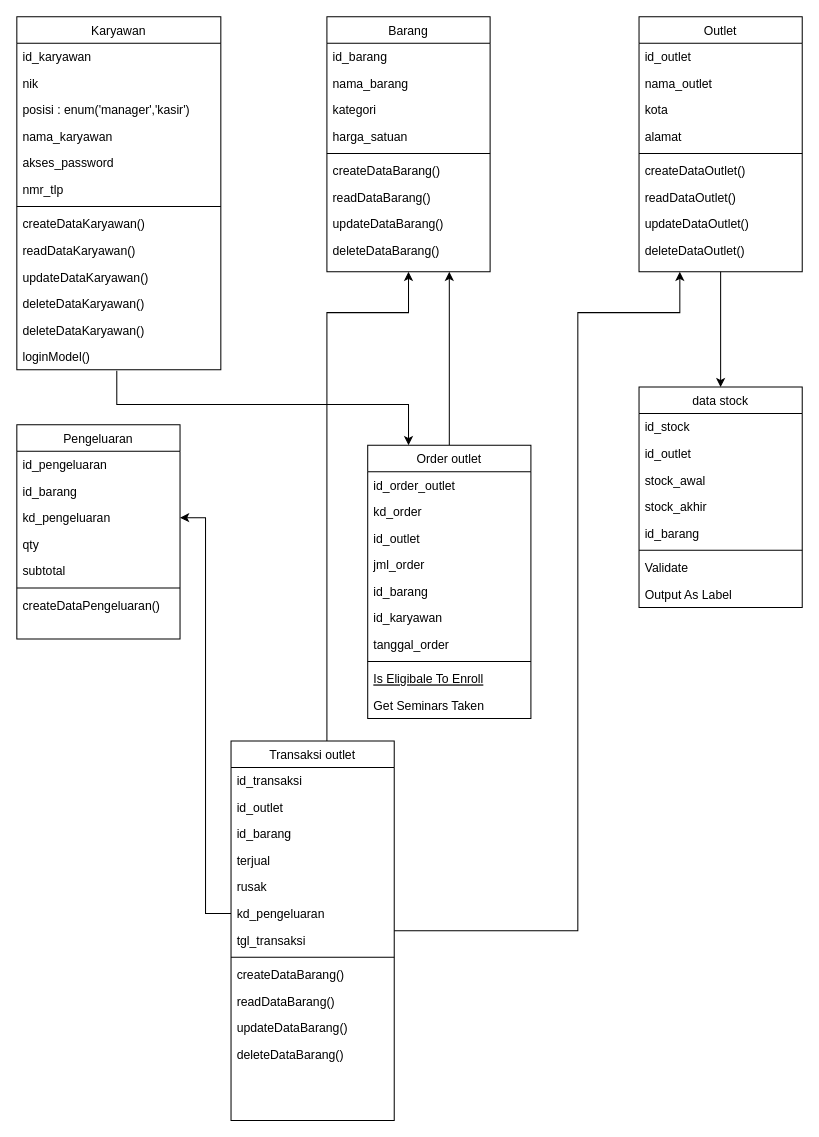
Earlier version of the draw.io diagram diagram/class_diagram.drawio (mqnoy/kakapeh). Source tidied: cells renumbered, new cells numbered last; positions are measured from the earlier drawing's top-left corner, leaving out a move shared by most shapes. Both pictures are drawn from the tidied source at 102%, with x=0, y=0 at pixel (16, 16).
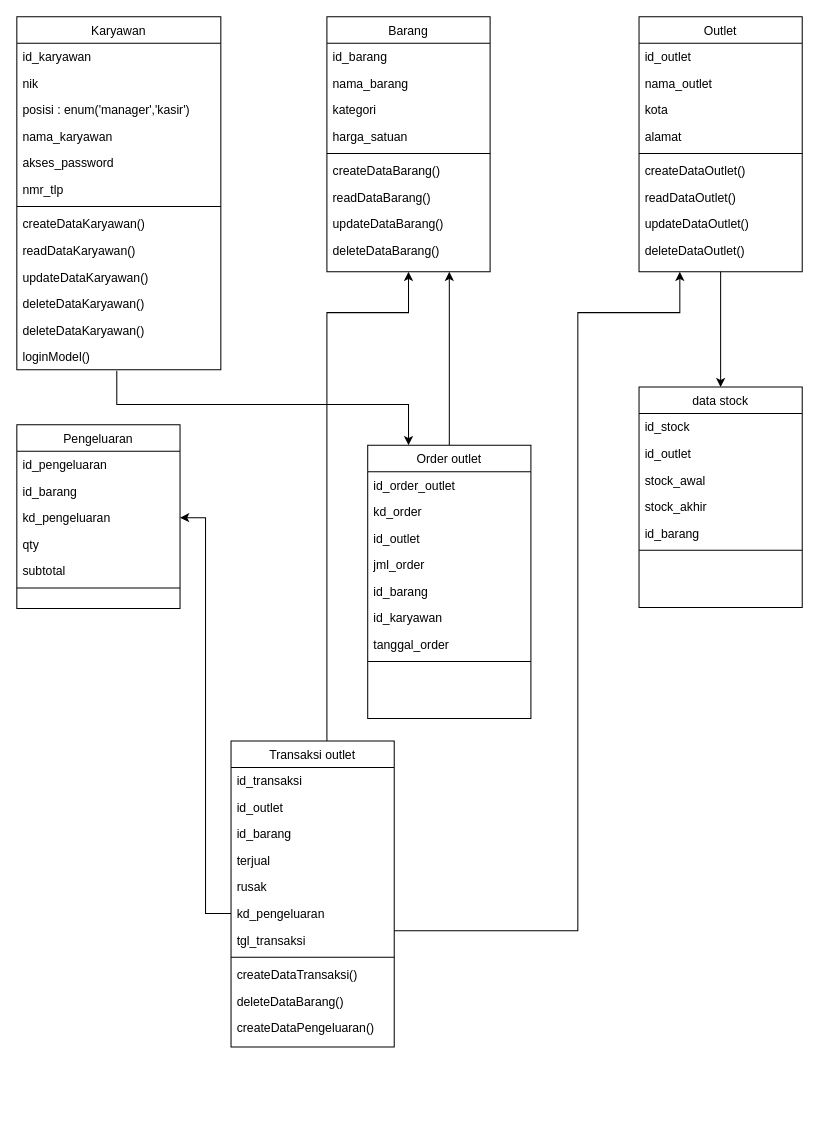
The same page after the edit.

The change refers to these unchanged cells:
```xml
<mxCell id="2" value="data stock" style="swimlane;fontStyle=0;align=center;verticalAlign=top;horizontal=1;startSize=26;rounded=0;shadow=0;strokeWidth=1;" parent="1" vertex="1">
  <mxGeometry x="610" y="363" width="160" height="216" as="geometry" />
</mxCell>
<mxCell id="23" value="Order outlet" style="swimlane;fontStyle=0;align=center;verticalAlign=top;horizontal=1;startSize=26;rounded=0;shadow=0;strokeWidth=1;" parent="1" vertex="1">
  <mxGeometry x="344" y="420" width="160" height="268" as="geometry" />
</mxCell>
```

Diff of the diagram source:
```diff
@@
-    <mxCell id="9" value="Validate" style="text;align=left;verticalAlign=top;spacingLeft=4;spacingRight=4;overflow=hidden;" parent="2" vertex="1">
-      <mxGeometry y="164" width="160" height="26" as="geometry" />
-    </mxCell>
-    <mxCell id="10" value="Output As Label" style="text;align=left;verticalAlign=top;spacingLeft=4;spacingRight=4;overflow=hidden;" parent="2" vertex="1">
-      <mxGeometry y="190" width="160" height="26" as="geometry" />
-    </mxCell>
@@
-    <mxCell id="32" value="Is Eligibale To Enroll" style="text;align=left;verticalAlign=top;spacingLeft=4;spacingRight=4;overflow=hidden;fontStyle=4;" parent="23" vertex="1">
-      <mxGeometry y="216" width="160" height="26" as="geometry" />
-    </mxCell>
-    <mxCell id="33" value="Get Seminars Taken" style="text;align=left;verticalAlign=top;spacingLeft=4;spacingRight=4;overflow=hidden;" parent="23" vertex="1">
-      <mxGeometry y="242" width="160" height="26" as="geometry" />
-    </mxCell>
@@
     <mxCell id="46" value="Transaksi outlet" style="swimlane;fontStyle=0;align=center;verticalAlign=top;horizontal=1;startSize=26;rounded=0;shadow=0;strokeWidth=1;" parent="1" vertex="1">
-      <mxGeometry x="210" y="710" width="160" height="372" as="geometry" />
+      <mxGeometry x="210" y="710" width="160" height="300" as="geometry" />
     </mxCell>
@@
-    <mxCell id="55" value="createDataBarang()" style="text;align=left;verticalAlign=top;spacingLeft=4;spacingRight=4;overflow=hidden;" parent="46" vertex="1">
+    <mxCell id="55" value="createDataTransaksi()" style="text;align=left;verticalAlign=top;spacingLeft=4;spacingRight=4;overflow=hidden;" parent="46" vertex="1">
       <mxGeometry y="216" width="160" height="26" as="geometry" />
     </mxCell>
-    <mxCell id="56" value="readDataBarang()" style="text;align=left;verticalAlign=top;spacingLeft=4;spacingRight=4;overflow=hidden;" parent="46" vertex="1">
-      <mxGeometry y="242" width="160" height="26" as="geometry" />
-    </mxCell>
-    <mxCell id="57" value="updateDataBarang()" style="text;align=left;verticalAlign=top;spacingLeft=4;spacingRight=4;overflow=hidden;" parent="46" vertex="1">
-      <mxGeometry y="268" width="160" height="26" as="geometry" />
-    </mxCell>
     <mxCell id="58" value="deleteDataBarang()" style="text;align=left;verticalAlign=top;spacingLeft=4;spacingRight=4;overflow=hidden;" parent="46" vertex="1">
-      <mxGeometry y="294" width="160" height="26" as="geometry" />
+      <mxGeometry y="242" width="160" height="26" as="geometry" />
     </mxCell>
+    <mxCell id="81" value="createDataPengeluaran()" style="text;align=left;verticalAlign=top;spacingLeft=4;spacingRight=4;overflow=hidden;fontStyle=0;" parent="46" vertex="1">
+      <mxGeometry y="268" width="160" height="26" as="geometry" />
+    </mxCell>
@@
     <mxCell id="74" value="Pengeluaran" style="swimlane;fontStyle=0;align=center;verticalAlign=top;horizontal=1;startSize=26;rounded=0;shadow=0;strokeWidth=1;" parent="1" vertex="1">
-      <mxGeometry y="400" width="160" height="210" as="geometry" />
+      <mxGeometry y="400" width="160" height="180" as="geometry" />
     </mxCell>
@@
-    <mxCell id="81" value="createDataPengeluaran()" style="text;align=left;verticalAlign=top;spacingLeft=4;spacingRight=4;overflow=hidden;fontStyle=0;" parent="74" vertex="1">
-      <mxGeometry y="164" width="160" height="26" as="geometry" />
-    </mxCell>
```
